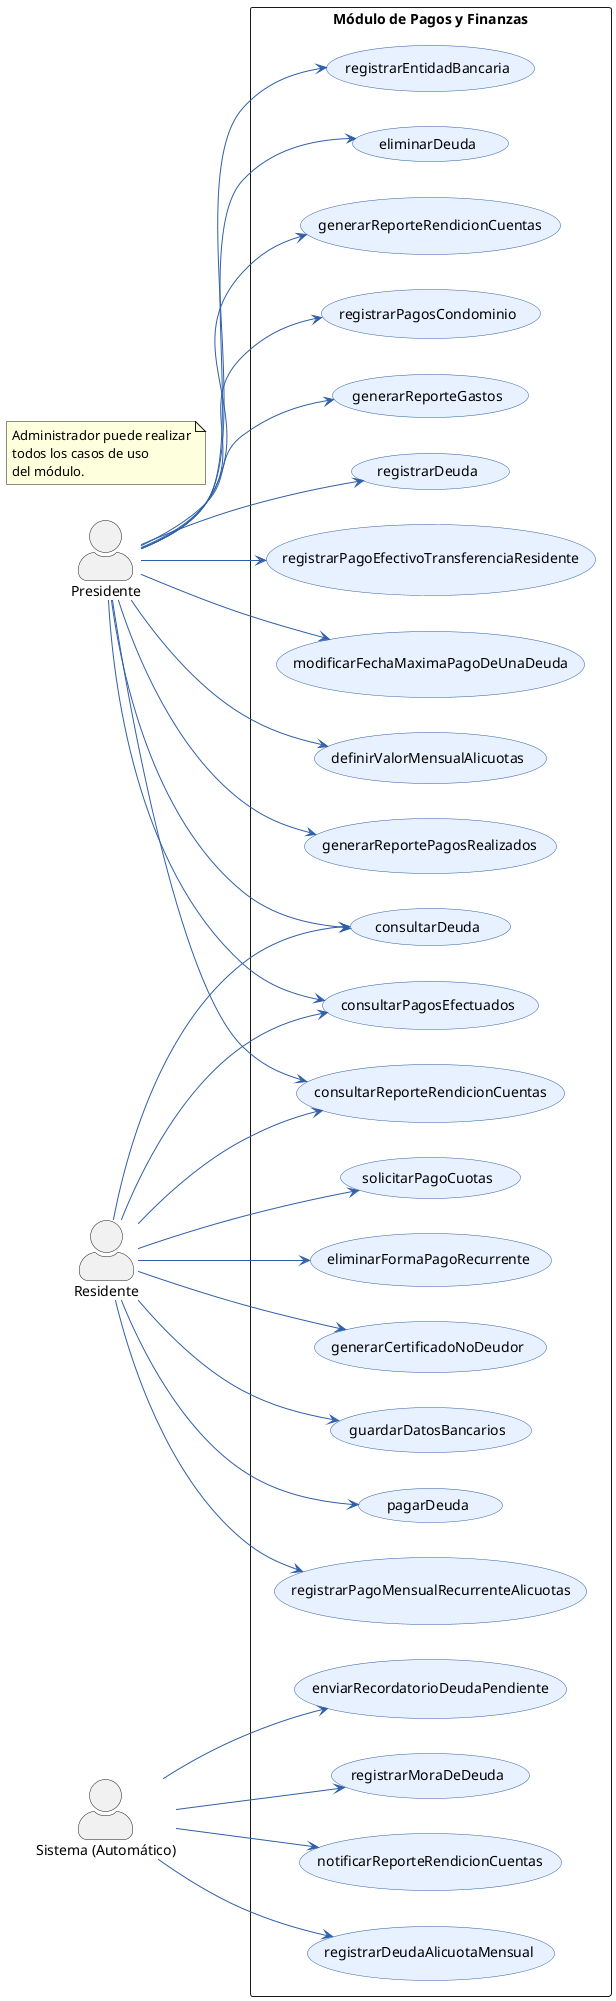
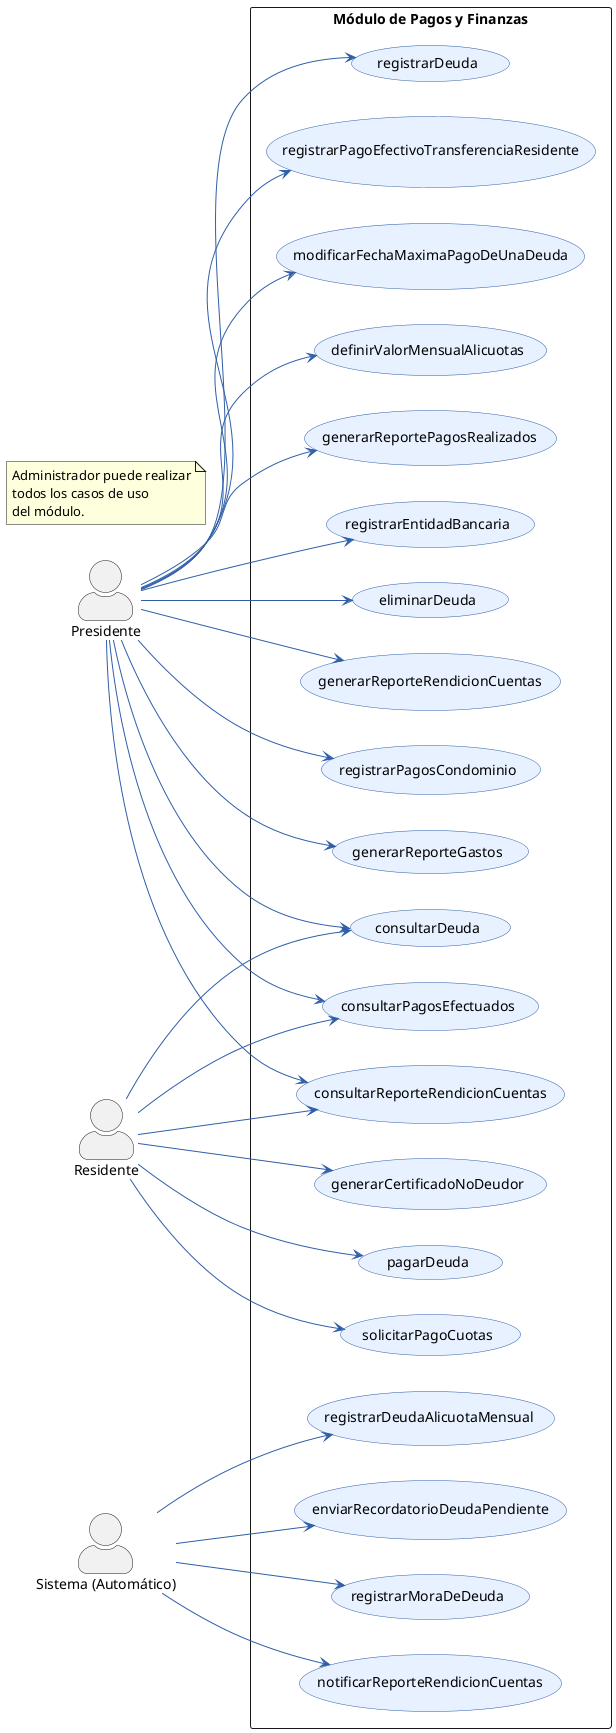
@startuml
skinparam actorStyle awesome
left to right direction

skinparam usecase {
    BackgroundColor #E8F1FF
    BorderColor #2F5EA8
    ArrowColor #2F5EA8
    ActorBorderColor #1F3F73
    ActorBackgroundColor #EEF5FF
}

actor "Presidente" as Presidente
actor "Residente" as Residente
- 
actor "Sistema (Automático)" as Sistema

note as N1
Administrador puede realizar
todos los casos de uso
del módulo.
end note

rectangle "Módulo de Pagos y Finanzas" {

    ' CASOS DE USO DEL PRESIDENTE
    usecase "registrarDeuda" as RegistrarDeuda
    usecase "registrarPagoEfectivoTransferenciaResidente" as RegistrarPagoEfectivoTransferencia
    usecase "modificarFechaMaximaPagoDeUnaDeuda" as ModificarFechaMaximaPago
    usecase "definirValorMensualAlicuotas" as DefinirValorMensualAlicuotas
    usecase "generarReportePagosRealizados" as GenerarReportePagos
    usecase "registrarEntidadBancaria" as RegistrarEntidadBancaria
    usecase "eliminarDeuda" as EliminarDeuda
    usecase "generarReporteRendicionCuentas" as GenerarReporteRendicionCuentas
    usecase "registrarPagosCondominio" as RegistrarPagoExterno
    usecase "generarReporteGastos" as GenerarReporteGastos

    ' CASOS DE USO DEL RESIDENTE
    usecase "pagarDeuda" as pagarDeuda
-     usecase "registrarPagoMensualRecurrenteAlicuotas" as RegistrarPagoMensualAlicuotas
    usecase "solicitarPagoCuotas" as SolicitarPagoCuotas
-     usecase "eliminarFormaPagoRecurrente" as EliminarFormaPagoRecurrente
    usecase "generarCertificadoNoDeudor" as GenerarCertificadoNoDeudor
-     usecase "guardarDatosBancarios" as GuardarDatosBancarios


    ' CASOS DE USO COMPARTIDOS
    usecase "consultarDeuda" as ConsultarDeuda
    usecase "consultarPagosEfectuados" as ConsultarPagosEfectuados
    usecase "consultarReporteRendicionCuentas" as ConsultarReporteRendicionCuentas

    ' CASOS DE USO DEL SISTEMA
    usecase "registrarDeudaAlicuotaMensual" as RegistrarDeudaMensual
    usecase "enviarRecordatorioDeudaPendiente" as EnviarRecordatorioDeuda
    usecase "registrarMoraDeDeuda" as RegistrarMoraDeDeuda
    usecase "notificarReporteRendicionCuentas" as NotificarReporteRendicionCuentas
}

' ------------------------
' Relaciones del Residente
' ------------------------
Residente --> pagarDeuda
Residente --> ConsultarDeuda
Residente --> ConsultarPagosEfectuados
Residente --> SolicitarPagoCuotas
- Residente --> EliminarFormaPagoRecurrente
Residente --> GenerarCertificadoNoDeudor
- Residente --> RegistrarPagoMensualAlicuotas
Residente --> ConsultarReporteRendicionCuentas
- Residente --> GuardarDatosBancarios

' ------------------------
' Relaciones del Presidente
' ------------------------
Presidente --> RegistrarDeuda
Presidente --> RegistrarPagoEfectivoTransferencia
Presidente --> ConsultarDeuda
Presidente --> ModificarFechaMaximaPago
Presidente --> DefinirValorMensualAlicuotas
Presidente --> GenerarReportePagos
Presidente --> RegistrarEntidadBancaria
Presidente --> ConsultarPagosEfectuados
Presidente --> EliminarDeuda
Presidente --> GenerarReporteRendicionCuentas
Presidente --> RegistrarPagoExterno
Presidente --> GenerarReporteGastos
Presidente --> ConsultarReporteRendicionCuentas

' ------------------------
' Relaciones del Sistema
' ------------------------
Sistema --> EnviarRecordatorioDeuda
Sistema --> RegistrarDeudaMensual
Sistema --> RegistrarMoraDeDeuda
Sistema --> NotificarReporteRendicionCuentas




@enduml